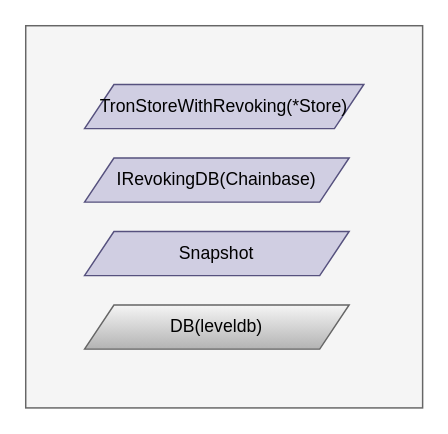
The draw.io diagram drawio/数据库快照结构.drawio in forfreeday/design, before the edit. Source tidied: cells renumbered, new cells numbered last; positions are measured from the earlier drawing's top-left corner, leaving out a move shared by most shapes. Both pictures are drawn from the tidied source at 147%, with x=0, y=0 at pixel (25, 25).
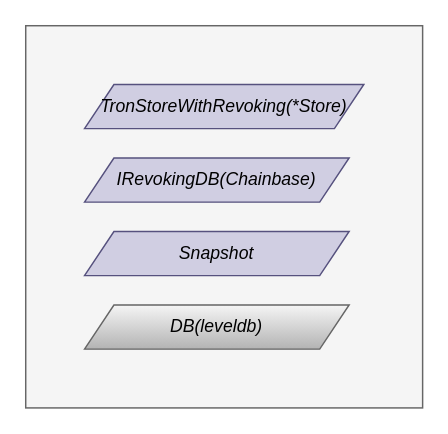
After the change.

Commit message:
更新数据库快照结构.drawio

Diff of the diagram source:
```diff
@@
 <mxGraphModel>
   <root>
     <mxCell id="0" />
     <mxCell id="1" parent="0" />
     <mxCell id="2" style="rounded=0;whiteSpace=wrap;html=1;fillColor=#f5f5f5;fontColor=#333333;strokeColor=#666666;" parent="1" vertex="1">
       <mxGeometry width="270" height="260" as="geometry" />
     </mxCell>
-    <mxCell id="3" value="TronStoreWithRevoking(*Store)" style="shape=parallelogram;perimeter=parallelogramPerimeter;whiteSpace=wrap;html=1;fixedSize=1;fillColor=#d0cee2;strokeColor=#56517e;" parent="1" vertex="1">
+    <mxCell id="3" value="&lt;i&gt;TronStoreWithRevoking(*Store)&lt;/i&gt;" style="shape=parallelogram;perimeter=parallelogramPerimeter;whiteSpace=wrap;html=1;fixedSize=1;fillColor=#d0cee2;strokeColor=#56517e;" parent="1" vertex="1">
       <mxGeometry x="40" y="40" width="190" height="30" as="geometry" />
     </mxCell>
-    <mxCell id="4" value="DB(leveldb)" style="shape=parallelogram;perimeter=parallelogramPerimeter;whiteSpace=wrap;html=1;fixedSize=1;fillColor=#f5f5f5;strokeColor=#666666;gradientColor=#b3b3b3;" parent="1" vertex="1">
+    <mxCell id="4" value="&lt;i&gt;DB(leveldb)&lt;/i&gt;" style="shape=parallelogram;perimeter=parallelogramPerimeter;whiteSpace=wrap;html=1;fixedSize=1;fillColor=#f5f5f5;strokeColor=#666666;gradientColor=#b3b3b3;" parent="1" vertex="1">
       <mxGeometry x="40" y="190" width="180" height="30" as="geometry" />
     </mxCell>
-    <mxCell id="5" value="IRevokingDB(Chainbase)" style="shape=parallelogram;perimeter=parallelogramPerimeter;whiteSpace=wrap;html=1;fixedSize=1;fillColor=#d0cee2;strokeColor=#56517e;" parent="1" vertex="1">
+    <mxCell id="5" value="&lt;i&gt;IRevokingDB(Chainbase)&lt;/i&gt;" style="shape=parallelogram;perimeter=parallelogramPerimeter;whiteSpace=wrap;html=1;fixedSize=1;fillColor=#d0cee2;strokeColor=#56517e;" parent="1" vertex="1">
       <mxGeometry x="40" y="90" width="180" height="30" as="geometry" />
     </mxCell>
-    <mxCell id="6" value="Snapshot" style="shape=parallelogram;perimeter=parallelogramPerimeter;whiteSpace=wrap;html=1;fixedSize=1;fillColor=#d0cee2;strokeColor=#56517e;" parent="1" vertex="1">
+    <mxCell id="6" value="&lt;i&gt;Snapshot&lt;/i&gt;" style="shape=parallelogram;perimeter=parallelogramPerimeter;whiteSpace=wrap;html=1;fixedSize=1;fillColor=#d0cee2;strokeColor=#56517e;" parent="1" vertex="1">
       <mxGeometry x="40" y="140" width="180" height="30" as="geometry" />
     </mxCell>
   </root>
 </mxGraphModel>
```
